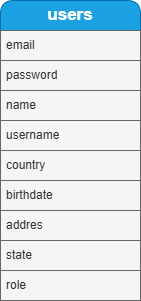
FabricioIrazoqui/DiagramaEntidad-GameStreamTorunament keeps this draw.io diagram as Diagrama Entidad Relaciones Game Stream Tournament.drawio.png. Above is the earlier version. Source tidied: cells renumbered, new cells last; positions are measured from the earlier drawing's top-left corner, leaving out a move shared by most shapes.
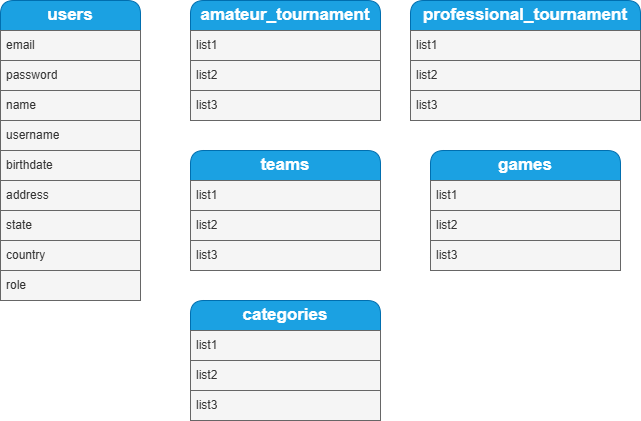
Above is the later version.

Change to the diagram source:
```diff
@@ -17,20 +17,80 @@
     <mxCell id="6" value="username" style="text;strokeColor=#666666;fillColor=#f5f5f5;align=left;verticalAlign=middle;spacingLeft=4;spacingRight=4;overflow=hidden;whiteSpace=wrap;html=1;fontColor=#333333;" parent="2" vertex="1">
       <mxGeometry y="120" width="140" height="30" as="geometry" />
     </mxCell>
-    <mxCell id="7" value="country" style="text;strokeColor=#666666;fillColor=#f5f5f5;align=left;verticalAlign=middle;spacingLeft=4;spacingRight=4;overflow=hidden;whiteSpace=wrap;html=1;fontColor=#333333;" parent="2" vertex="1">
-      <mxGeometry y="150" width="140" height="30" as="geometry" />
-    </mxCell>
     <mxCell id="8" value="birthdate" style="text;strokeColor=#666666;fillColor=#f5f5f5;align=left;verticalAlign=middle;spacingLeft=4;spacingRight=4;overflow=hidden;whiteSpace=wrap;html=1;fontColor=#333333;" parent="2" vertex="1">
-      <mxGeometry y="180" width="140" height="30" as="geometry" />
+      <mxGeometry y="150" width="140" height="30" as="geometry" />
     </mxCell>
-    <mxCell id="9" value="addres" style="text;strokeColor=#666666;fillColor=#f5f5f5;align=left;verticalAlign=middle;spacingLeft=4;spacingRight=4;overflow=hidden;whiteSpace=wrap;html=1;fontColor=#333333;" parent="2" vertex="1">
-      <mxGeometry y="210" width="140" height="30" as="geometry" />
+    <mxCell id="9" value="address" style="text;strokeColor=#666666;fillColor=#f5f5f5;align=left;verticalAlign=middle;spacingLeft=4;spacingRight=4;overflow=hidden;whiteSpace=wrap;html=1;fontColor=#333333;" parent="2" vertex="1">
+      <mxGeometry y="180" width="140" height="30" as="geometry" />
     </mxCell>
     <mxCell id="10" value="state" style="text;strokeColor=#666666;fillColor=#f5f5f5;align=left;verticalAlign=middle;spacingLeft=4;spacingRight=4;overflow=hidden;whiteSpace=wrap;html=1;fontColor=#333333;" parent="2" vertex="1">
-      <mxGeometry y="240" width="140" height="30" as="geometry" />
+      <mxGeometry y="210" width="140" height="30" as="geometry" />
     </mxCell>
+    <mxCell id="7" value="country" style="text;strokeColor=#666666;fillColor=#f5f5f5;align=left;verticalAlign=middle;spacingLeft=4;spacingRight=4;overflow=hidden;whiteSpace=wrap;html=1;fontColor=#333333;" parent="2" vertex="1">
+      <mxGeometry y="240" width="140" height="30" as="geometry" />
+    </mxCell>
     <mxCell id="11" value="role" style="text;strokeColor=#666666;fillColor=#f5f5f5;align=left;verticalAlign=middle;spacingLeft=4;spacingRight=4;overflow=hidden;whiteSpace=wrap;html=1;fontColor=#333333;" parent="2" vertex="1">
       <mxGeometry y="270" width="140" height="30" as="geometry" />
     </mxCell>
+    <mxCell id="12" value="&lt;span style=&quot;font-size: 17px;&quot;&gt;&lt;b&gt;amateur_tournament&lt;/b&gt;&lt;/span&gt;" style="swimlane;fontStyle=0;horizontal=1;startSize=30;whiteSpace=wrap;html=1;glass=0;rounded=1;shadow=0;swimlaneLine=1;fillColor=#1ba1e2;strokeColor=#006EAF;fontColor=#ffffff;" parent="1" vertex="1">
+      <mxGeometry x="190" width="190" height="120" as="geometry" />
+    </mxCell>
+    <mxCell id="13" value="list1" style="text;strokeColor=#666666;fillColor=#f5f5f5;align=left;verticalAlign=middle;spacingLeft=4;spacingRight=4;overflow=hidden;whiteSpace=wrap;html=1;fontColor=#333333;" parent="12" vertex="1">
+      <mxGeometry y="30" width="190" height="30" as="geometry" />
+    </mxCell>
+    <mxCell id="14" value="list2" style="text;strokeColor=#666666;fillColor=#f5f5f5;align=left;verticalAlign=middle;spacingLeft=4;spacingRight=4;overflow=hidden;whiteSpace=wrap;html=1;fontColor=#333333;" parent="12" vertex="1">
+      <mxGeometry y="60" width="190" height="30" as="geometry" />
+    </mxCell>
+    <mxCell id="15" value="list3" style="text;strokeColor=#666666;fillColor=#f5f5f5;align=left;verticalAlign=middle;spacingLeft=4;spacingRight=4;overflow=hidden;whiteSpace=wrap;html=1;fontColor=#333333;" parent="12" vertex="1">
+      <mxGeometry y="90" width="190" height="30" as="geometry" />
+    </mxCell>
+    <mxCell id="16" value="&lt;span style=&quot;font-size: 17px;&quot;&gt;&lt;b&gt;professional_tournament&lt;/b&gt;&lt;/span&gt;" style="swimlane;fontStyle=0;horizontal=1;startSize=30;whiteSpace=wrap;html=1;glass=0;rounded=1;shadow=0;swimlaneLine=1;fillColor=#1ba1e2;strokeColor=#006EAF;fontColor=#ffffff;" parent="1" vertex="1">
+      <mxGeometry x="410" width="230" height="120" as="geometry" />
+    </mxCell>
+    <mxCell id="17" value="list1" style="text;strokeColor=#666666;fillColor=#f5f5f5;align=left;verticalAlign=middle;spacingLeft=4;spacingRight=4;overflow=hidden;whiteSpace=wrap;html=1;fontColor=#333333;" parent="16" vertex="1">
+      <mxGeometry y="30" width="230" height="30" as="geometry" />
+    </mxCell>
+    <mxCell id="18" value="list2" style="text;strokeColor=#666666;fillColor=#f5f5f5;align=left;verticalAlign=middle;spacingLeft=4;spacingRight=4;overflow=hidden;whiteSpace=wrap;html=1;fontColor=#333333;" parent="16" vertex="1">
+      <mxGeometry y="60" width="230" height="30" as="geometry" />
+    </mxCell>
+    <mxCell id="19" value="list3" style="text;strokeColor=#666666;fillColor=#f5f5f5;align=left;verticalAlign=middle;spacingLeft=4;spacingRight=4;overflow=hidden;whiteSpace=wrap;html=1;fontColor=#333333;" parent="16" vertex="1">
+      <mxGeometry y="90" width="230" height="30" as="geometry" />
+    </mxCell>
+    <mxCell id="20" value="&lt;span style=&quot;font-size: 17px;&quot;&gt;&lt;b&gt;teams&lt;/b&gt;&lt;/span&gt;" style="swimlane;fontStyle=0;horizontal=1;startSize=30;whiteSpace=wrap;html=1;glass=0;rounded=1;shadow=0;swimlaneLine=1;fillColor=#1ba1e2;strokeColor=#006EAF;fontColor=#ffffff;" parent="1" vertex="1">
+      <mxGeometry x="190" y="150" width="190" height="120" as="geometry" />
+    </mxCell>
+    <mxCell id="21" value="list1" style="text;strokeColor=#666666;fillColor=#f5f5f5;align=left;verticalAlign=middle;spacingLeft=4;spacingRight=4;overflow=hidden;whiteSpace=wrap;html=1;fontColor=#333333;" parent="20" vertex="1">
+      <mxGeometry y="30" width="190" height="30" as="geometry" />
+    </mxCell>
+    <mxCell id="22" value="list2" style="text;strokeColor=#666666;fillColor=#f5f5f5;align=left;verticalAlign=middle;spacingLeft=4;spacingRight=4;overflow=hidden;whiteSpace=wrap;html=1;fontColor=#333333;" parent="20" vertex="1">
+      <mxGeometry y="60" width="190" height="30" as="geometry" />
+    </mxCell>
+    <mxCell id="23" value="list3" style="text;strokeColor=#666666;fillColor=#f5f5f5;align=left;verticalAlign=middle;spacingLeft=4;spacingRight=4;overflow=hidden;whiteSpace=wrap;html=1;fontColor=#333333;" parent="20" vertex="1">
+      <mxGeometry y="90" width="190" height="30" as="geometry" />
+    </mxCell>
+    <mxCell id="24" value="&lt;span style=&quot;font-size: 17px;&quot;&gt;&lt;b&gt;games&lt;/b&gt;&lt;/span&gt;" style="swimlane;fontStyle=0;horizontal=1;startSize=30;whiteSpace=wrap;html=1;glass=0;rounded=1;shadow=0;swimlaneLine=1;fillColor=#1ba1e2;strokeColor=#006EAF;fontColor=#ffffff;" parent="1" vertex="1">
+      <mxGeometry x="430" y="150" width="190" height="120" as="geometry" />
+    </mxCell>
+    <mxCell id="25" value="list1" style="text;strokeColor=#666666;fillColor=#f5f5f5;align=left;verticalAlign=middle;spacingLeft=4;spacingRight=4;overflow=hidden;whiteSpace=wrap;html=1;fontColor=#333333;" parent="24" vertex="1">
+      <mxGeometry y="30" width="190" height="30" as="geometry" />
+    </mxCell>
+    <mxCell id="26" value="list2" style="text;strokeColor=#666666;fillColor=#f5f5f5;align=left;verticalAlign=middle;spacingLeft=4;spacingRight=4;overflow=hidden;whiteSpace=wrap;html=1;fontColor=#333333;" parent="24" vertex="1">
+      <mxGeometry y="60" width="190" height="30" as="geometry" />
+    </mxCell>
+    <mxCell id="27" value="list3" style="text;strokeColor=#666666;fillColor=#f5f5f5;align=left;verticalAlign=middle;spacingLeft=4;spacingRight=4;overflow=hidden;whiteSpace=wrap;html=1;fontColor=#333333;" parent="24" vertex="1">
+      <mxGeometry y="90" width="190" height="30" as="geometry" />
+    </mxCell>
+    <mxCell id="28" value="&lt;span style=&quot;font-size: 17px;&quot;&gt;&lt;b&gt;categories&lt;/b&gt;&lt;/span&gt;" style="swimlane;fontStyle=0;horizontal=1;startSize=30;whiteSpace=wrap;html=1;glass=0;rounded=1;shadow=0;swimlaneLine=1;fillColor=#1ba1e2;strokeColor=#006EAF;fontColor=#ffffff;" parent="1" vertex="1">
+      <mxGeometry x="190" y="300" width="190" height="120" as="geometry" />
+    </mxCell>
+    <mxCell id="29" value="list1" style="text;strokeColor=#666666;fillColor=#f5f5f5;align=left;verticalAlign=middle;spacingLeft=4;spacingRight=4;overflow=hidden;whiteSpace=wrap;html=1;fontColor=#333333;" parent="28" vertex="1">
+      <mxGeometry y="30" width="190" height="30" as="geometry" />
+    </mxCell>
+    <mxCell id="30" value="list2" style="text;strokeColor=#666666;fillColor=#f5f5f5;align=left;verticalAlign=middle;spacingLeft=4;spacingRight=4;overflow=hidden;whiteSpace=wrap;html=1;fontColor=#333333;" parent="28" vertex="1">
+      <mxGeometry y="60" width="190" height="30" as="geometry" />
+    </mxCell>
+    <mxCell id="31" value="list3" style="text;strokeColor=#666666;fillColor=#f5f5f5;align=left;verticalAlign=middle;spacingLeft=4;spacingRight=4;overflow=hidden;whiteSpace=wrap;html=1;fontColor=#333333;" parent="28" vertex="1">
+      <mxGeometry y="90" width="190" height="30" as="geometry" />
+    </mxCell>
   </root>
 </mxGraphModel>
```
